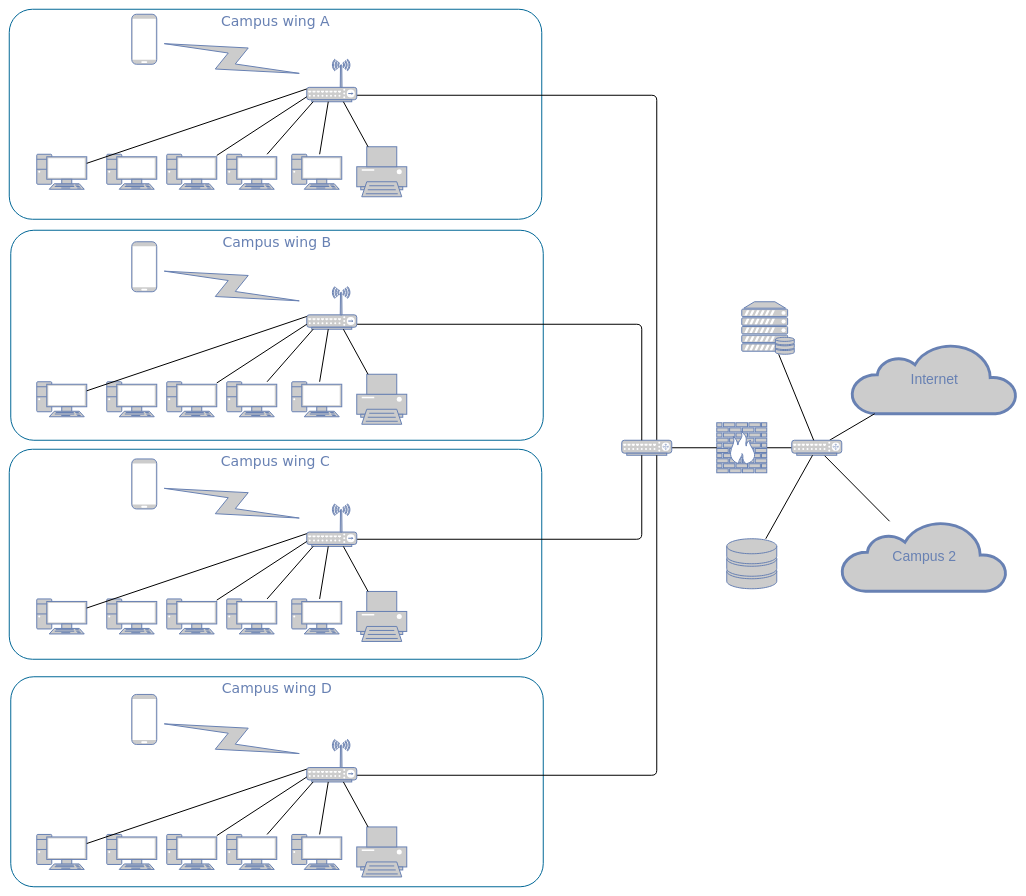
Earlier version of the draw.io diagram NSM Architecture.drawio (tilley0/ESOC). Source tidied: cells renumbered, new cells numbered last; positions are measured from the earlier drawing's top-left corner, leaving out a move shared by most shapes. Both pictures are drawn from the tidied source at 50%, with x=0, y=0 at pixel (9, 9).
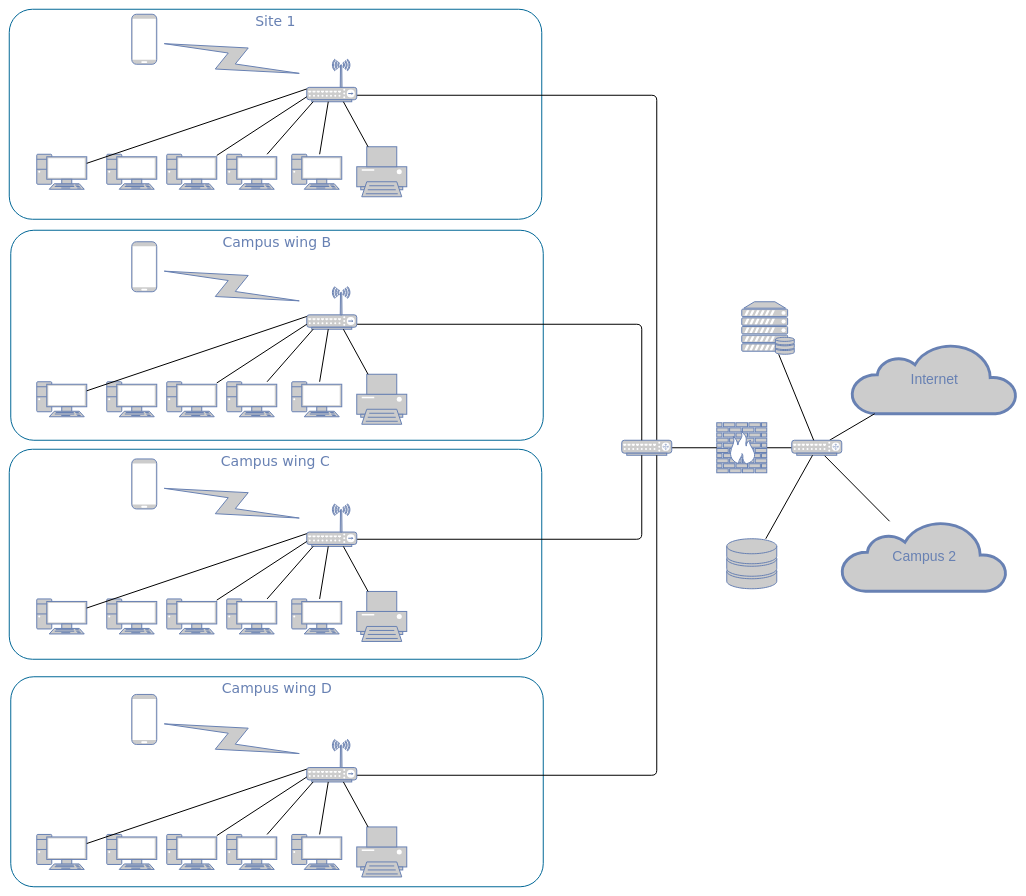
Above is the later version.

The edit, as a diff of the source:
```diff
@@
-    <mxCell id="5" value="Campus wing A" style="rounded=1;whiteSpace=wrap;html=1;shadow=0;comic=0;strokeColor=#036897;strokeWidth=2;fillColor=none;fontFamily=Verdana;fontSize=28;fontColor=#6881B3;align=center;arcSize=11;verticalAlign=top;" parent="1" vertex="1">
+    <mxCell id="5" value="Site 1" style="rounded=1;whiteSpace=wrap;html=1;shadow=0;comic=0;strokeColor=#036897;strokeWidth=2;fillColor=none;fontFamily=Verdana;fontSize=28;fontColor=#6881B3;align=center;arcSize=11;verticalAlign=top;" parent="1" vertex="1">
       <mxGeometry width="1065" height="420" as="geometry" />
     </mxCell>
```
